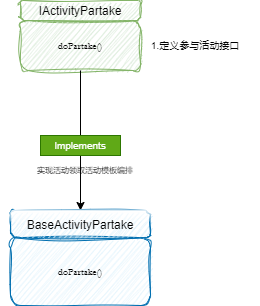
Above: Lottery/活动领取1.0.drawio.png in youjizi/images (draw.io), before the change. Source tidied: cells renumbered, new cells last; positions are measured from the earlier drawing's top-left corner, leaving out a move shared by most shapes.
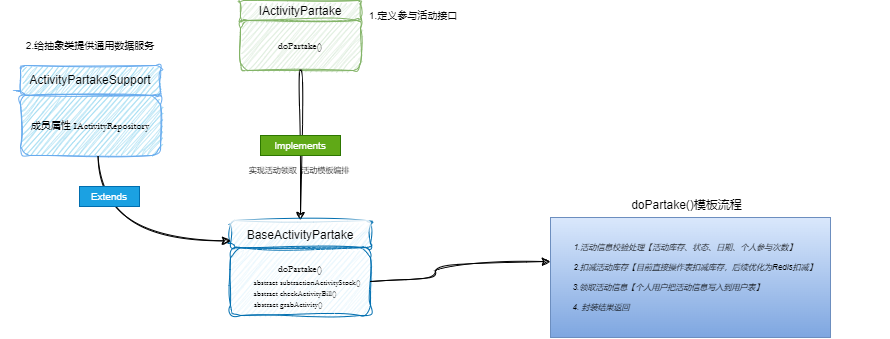
Above is the later version.

Commit message:
更新活动领取1.0.drawio.png

Change to the diagram source:
```diff
@@ -2,35 +2,92 @@
   <root>
     <mxCell id="0" />
     <mxCell id="1" parent="0" />
-    <mxCell id="2" style="group;" parent="1" vertex="1">
-      <mxGeometry x="20" width="120" height="70" as="geometry" />
-    </mxCell>
+    <mxCell id="12" style="group;" parent="1" vertex="1">
+      <mxGeometry x="30" y="10" width="120" height="70" as="geometry" />
+    </mxCell>
-    <mxCell id="3" value="doPartake()" style="rounded=1;fillColor=#d5e8d4;strokeColor=#82b366;sketch=1;curveFitting=1;jiggle=2;fontSize=10;fontFamily=Garamond;" parent="2" vertex="1">
+    <mxCell id="3" value="doPartake()" style="rounded=1;fillColor=#d5e8d4;strokeColor=#82b366;sketch=1;curveFitting=1;jiggle=2;fontSize=10;fontFamily=Garamond;" parent="12" vertex="1">
       <mxGeometry y="20" width="120" height="50" as="geometry" />
     </mxCell>
-    <mxCell id="4" value="IActivityPartake" style="rounded=1;fillColor=#d5e8d4;strokeColor=#82b366;sketch=1;curveFitting=1;jiggle=2;" parent="2" vertex="1">
+    <mxCell id="4" value="IActivityPartake" style="rounded=1;fillColor=#d5e8d4;strokeColor=#82b366;sketch=1;curveFitting=1;jiggle=2;" parent="12" vertex="1">
       <mxGeometry width="120" height="20" as="geometry" />
     </mxCell>
     <mxCell id="5" value="1.定义参与活动接口" style="text;align=center;verticalAlign=middle;strokeColor=none;fillColor=none;fontSize=10;" parent="1" vertex="1">
-      <mxGeometry x="130" y="30" width="130" height="30" as="geometry" />
+      <mxGeometry x="138" y="10" width="130" height="30" as="geometry" />
     </mxCell>
-    <mxCell id="6" style="edgeStyle=orthogonalEdgeStyle;rounded=0;jettySize=auto;html=1;entryX=0.5;entryY=0;entryDx=0;entryDy=0;" parent="1" edge="1" source="3" target="9">
+    <mxCell id="6" style="edgeStyle=orthogonalEdgeStyle;jettySize=auto;html=1;entryX=0.5;entryY=0;entryDx=0;entryDy=0;curved=1;sketch=1;curveFitting=1;jiggle=2;" parent="1" edge="1" source="3" target="9">
       <mxGeometry relative="1" as="geometry" />
     </mxCell>
-    <mxCell id="7" style="group;" parent="1" vertex="1">
-      <mxGeometry x="10" y="210" width="140" height="95" as="geometry" />
-    </mxCell>
+    <mxCell id="13" style="group;spacingTop=4;" parent="1" vertex="1">
+      <mxGeometry x="20" y="230" width="165" height="100" as="geometry" />
+    </mxCell>
-    <mxCell id="8" value="doPartake()" style="rounded=1;fillColor=#e1f3fc;strokeColor=#006EAF;fontSize=10;fontFamily=Garamond;fontColor=default;sketch=1;curveFitting=1;jiggle=2;glass=0;" parent="7" vertex="1">
+    <mxCell id="8" value="doPartake()&#10;" style="rounded=1;fillColor=#e1f3fc;strokeColor=#006EAF;fontSize=10;fontFamily=Garamond;fontColor=default;sketch=1;curveFitting=1;jiggle=2;glass=0;spacingTop=-14;" parent="13" vertex="1">
       <mxGeometry y="27.1" width="140" height="67.9" as="geometry" />
     </mxCell>
-    <mxCell id="9" value="BaseActivityPartake" style="rounded=1;fillColor=#d4edfa;strokeColor=#006EAF;sketch=1;curveFitting=1;jiggle=2;fontColor=default;gradientColor=none;glass=1;shadow=0;" parent="7" vertex="1">
+    <mxCell id="9" value="BaseActivityPartake" style="rounded=1;fillColor=#d4edfa;strokeColor=#006EAF;sketch=1;curveFitting=1;jiggle=2;fontColor=default;gradientColor=none;glass=1;shadow=0;" parent="13" vertex="1">
       <mxGeometry width="140" height="27.1" as="geometry" />
     </mxCell>
     <mxCell id="10" value="Implements" style="text;align=center;verticalAlign=middle;fillColor=#60a917;fontColor=#ffffff;strokeColor=#2D7600;fontSize=10;spacing=0;spacingTop=0;" parent="1" vertex="1">
-      <mxGeometry x="40" y="135" width="80" height="20" as="geometry" />
+      <mxGeometry x="50" y="145" width="80" height="20" as="geometry" />
     </mxCell>
-    <mxCell id="11" value="实现活动领取活动模板编排" style="text;align=center;verticalAlign=middle;strokeColor=none;fillColor=none;fontSize=8;" parent="1" vertex="1">
-      <mxGeometry y="155" width="170" height="30" as="geometry" />
-    </mxCell>
+    <mxCell id="14" value="实现活动领取  活动模板编排" style="text;align=center;verticalAlign=middle;strokeColor=none;fillColor=none;fontSize=8;" parent="1" vertex="1">
+      <mxGeometry x="4" y="165" width="170" height="30" as="geometry" />
+    </mxCell>
+    <mxCell id="15" style="group;" parent="1" vertex="1">
+      <mxGeometry x="290" y="200" width="390" height="147" as="geometry" />
+    </mxCell>
+    <mxCell id="16" style="rounded=0;whiteSpace=wrap;html=1;fillColor=#dae8fc;strokeColor=#6c8ebf;gradientColor=#7ea6e0;" parent="15" vertex="1">
+      <mxGeometry x="50" y="27" width="280" height="120" as="geometry" />
+    </mxCell>
+    <mxCell id="17" value="doPartake()模板流程" style="text;html=1;align=center;verticalAlign=middle;strokeColor=none;fillColor=none;" parent="15" vertex="1">
+      <mxGeometry x="121" width="130" height="30" as="geometry" />
+    </mxCell>
+    <mxCell id="18" style="group;" parent="15" vertex="1">
+      <mxGeometry y="42" width="390" height="90" as="geometry" />
+    </mxCell>
+    <mxCell id="19" value="1.活动信息校验处理【活动库存、状态、日期、个人参与次数】" style="text;align=center;verticalAlign=middle;strokeColor=none;fillColor=none;fontColor=default;fontStyle=2;fontSize=8;" parent="18" vertex="1">
+      <mxGeometry x="5" width="360" height="30" as="geometry" />
+    </mxCell>
+    <mxCell id="20" value="2.扣减活动库存【目前直接操作表扣减库存，后续优化为Redis扣减】" style="text;align=center;verticalAlign=middle;points=[];strokeColor=none;fillColor=none;fontColor=default;fontStyle=2;fontSize=8;" parent="18" vertex="1">
+      <mxGeometry y="20" width="390" height="30" as="geometry" />
+    </mxCell>
+    <mxCell id="21" value=" 3.领取活动信息【个人用户把活动信息写入到用户表】" style="text;align=center;verticalAlign=middle;strokeColor=none;fillColor=none;fontColor=default;fontStyle=2;fontSize=8;" parent="18" vertex="1">
+      <mxGeometry x="13" y="40" width="310" height="30" as="geometry" />
+    </mxCell>
+    <mxCell id="22" value=" 4. 封装结果返回" style="text;align=center;verticalAlign=middle;strokeColor=none;fillColor=none;fontColor=default;fontStyle=2;fontSize=8;" parent="18" vertex="1">
+      <mxGeometry x="46" y="60" width="110" height="30" as="geometry" />
+    </mxCell>
+    <mxCell id="23" style="edgeStyle=orthogonalEdgeStyle;jettySize=auto;entryX=0.128;entryY=0.302;entryDx=0;entryDy=0;entryPerimeter=0;curved=1;sketch=1;curveFitting=1;jiggle=2;labelBackgroundColor=none;" parent="1" edge="1" source="8" target="20">
+      <mxGeometry relative="1" as="geometry" />
+    </mxCell>
+    <mxCell id="24" style="group;" parent="1" vertex="1">
+      <mxGeometry x="7" y="277" width="185" height="50" as="geometry" />
+    </mxCell>
+    <mxCell id="25" value="abstract grabActivity()" style="text;align=center;verticalAlign=middle;strokeColor=none;fillColor=none;fontSize=8;fontFamily=Garamond;" parent="24" vertex="1">
+      <mxGeometry x="6.2" y="21.7" width="130" height="30" as="geometry" />
+    </mxCell>
+    <mxCell id="26" value="abstract checkActivityBill()" style="text;align=center;verticalAlign=middle;strokeColor=none;fillColor=none;fontSize=8;fontFamily=Garamond;" parent="24" vertex="1">
+      <mxGeometry x="3.1" y="11.3" width="150" height="30" as="geometry" />
+    </mxCell>
+    <mxCell id="27" value="abstract subtractionActivityStock()" style="text;align=center;verticalAlign=middle;strokeColor=none;fillColor=none;fontSize=8;fontFamily=Garamond;" parent="24" vertex="1">
+      <mxGeometry width="180" height="30" as="geometry" />
+    </mxCell>
+    <mxCell id="28" style="group;" parent="1" vertex="1">
+      <mxGeometry x="-190" y="75" width="140" height="90" as="geometry" />
+    </mxCell>
+    <mxCell id="29" value="成员属性 IActivityRepository" style="rounded=1;fillColor=#87d2ee;strokeColor=#68abee;sketch=1;curveFitting=1;jiggle=2;glass=0;fontSize=10;fontFamily=Garamond;" parent="28" vertex="1">
+      <mxGeometry y="30" width="140" height="60" as="geometry" />
+    </mxCell>
+    <mxCell id="30" value="ActivityPartakeSupport" style="rounded=1;fillColor=#87d2ee;strokeColor=#68abee;sketch=1;curveFitting=1;jiggle=2;glass=0;html=1;whiteSpace=wrap;" parent="28" vertex="1">
+      <mxGeometry width="140" height="30" as="geometry" />
+    </mxCell>
+    <mxCell id="31" style="edgeStyle=orthogonalEdgeStyle;jettySize=auto;html=1;entryX=0;entryY=0.75;entryDx=0;entryDy=0;curved=1;sketch=1;curveFitting=1;jiggle=2;exitX=0.554;exitY=1.012;exitDx=0;exitDy=0;exitPerimeter=0;" parent="1" edge="1" source="29" target="9">
+      <mxGeometry relative="1" as="geometry" />
+    </mxCell>
+    <mxCell id="32" value="2.给抽象类提供通用数据服务" style="text;align=center;verticalAlign=middle;fontSize=10;" parent="1" vertex="1">
+      <mxGeometry x="-210" y="40" width="180" height="30" as="geometry" />
+    </mxCell>
+    <mxCell id="33" value="Extends" style="text;align=center;verticalAlign=middle;fillColor=#1ba1e2;fontColor=#ffffff;strokeColor=#006EAF;fontSize=10;spacing=0;spacingTop=0;" parent="1" vertex="1">
+      <mxGeometry x="-131" y="196" width="60" height="20" as="geometry" />
+    </mxCell>
   </root>
 </mxGraphModel>
```
